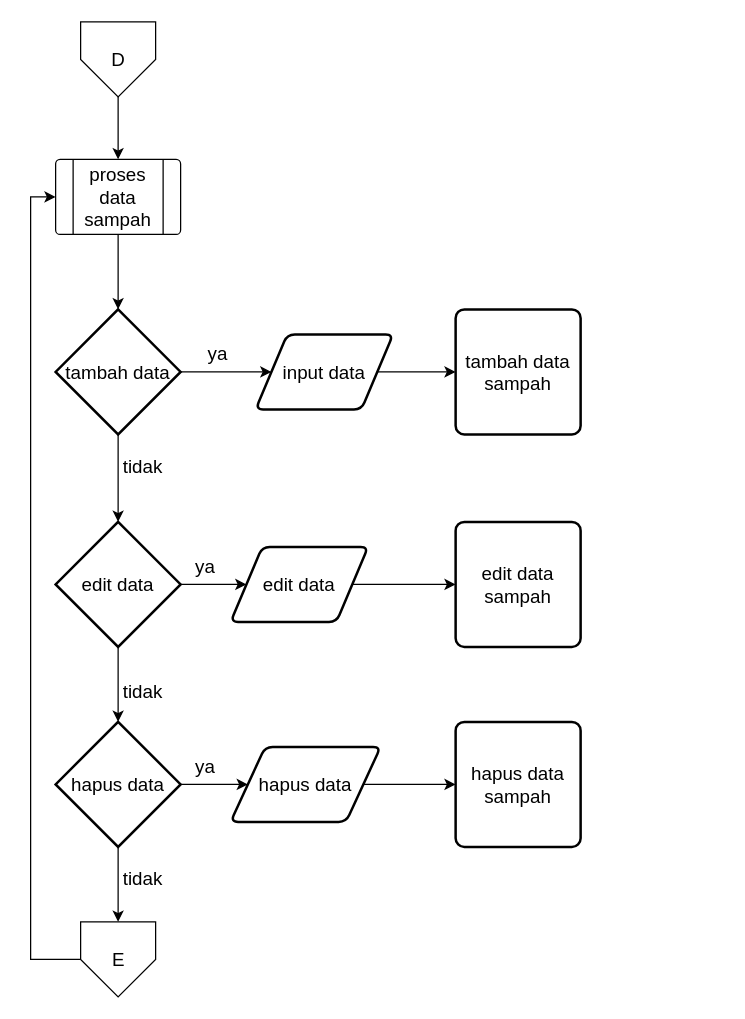
This is page "flowchart data sampah" (19 of 22) of Untitled Diagram.drawio from dreamergirl01/uml_bankSampah, a draw.io file, before an edit. Source tidied: cells renumbered, new cells numbered last; positions are measured from the earlier drawing's top-left corner, leaving out a move shared by most shapes. Both pictures are drawn from the tidied source at 125%, with x=0, y=0 at pixel (30, 21).
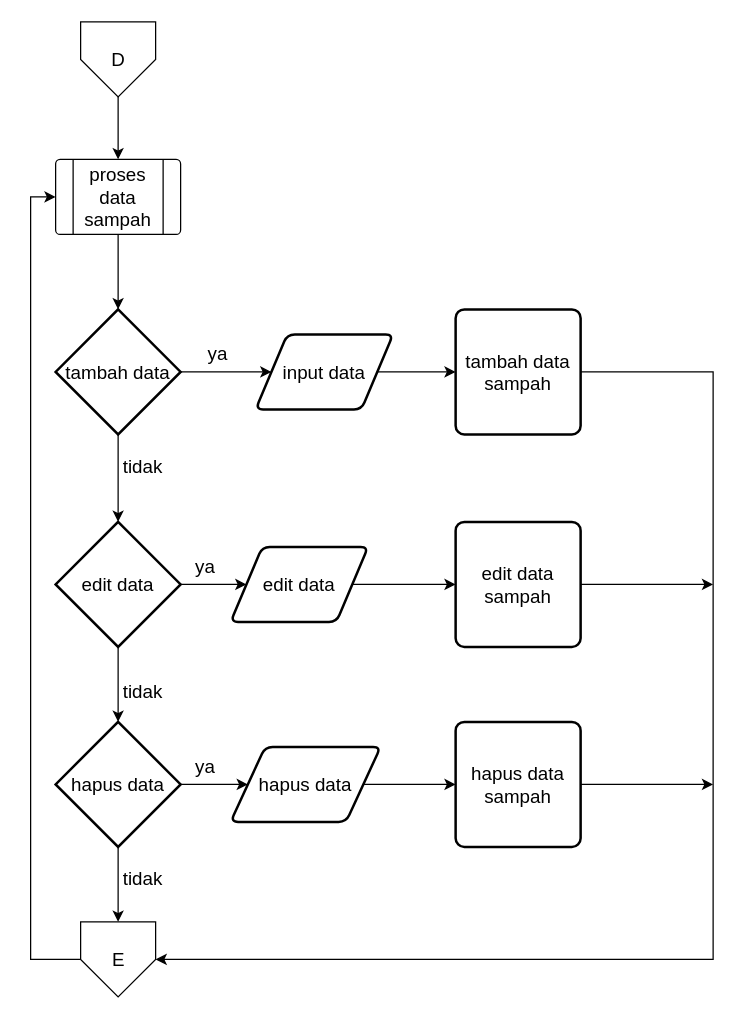
Above is the later version.

Commit message:
Update flowchart data sampah.drawio

Unchanged cells that the change refers to:
```xml
<mxCell id="11" value="tambah data sampah" style="rounded=1;whiteSpace=wrap;html=1;absoluteArcSize=1;arcSize=14;strokeWidth=2;fontSize=15;" parent="1" vertex="1">
  <mxGeometry x="340" y="230" width="100" height="100" as="geometry" />
</mxCell>
<mxCell id="17" value="edit data sampah" style="rounded=1;whiteSpace=wrap;html=1;absoluteArcSize=1;arcSize=14;strokeWidth=2;fontSize=15;" parent="1" vertex="1">
  <mxGeometry x="340" y="400" width="100" height="100" as="geometry" />
</mxCell>
<mxCell id="24" value="hapus data sampah" style="rounded=1;whiteSpace=wrap;html=1;absoluteArcSize=1;arcSize=14;strokeWidth=2;fontSize=15;" parent="1" vertex="1">
  <mxGeometry x="340" y="560" width="100" height="100" as="geometry" />
</mxCell>
<mxCell id="26" value="E" style="verticalLabelPosition=middle;verticalAlign=middle;html=1;shape=offPageConnector;rounded=0;size=0.5;fontSize=15;labelPosition=center;align=center;" parent="1" vertex="1">
  <mxGeometry x="40" y="720" width="60" height="60" as="geometry" />
</mxCell>
```

Change to the diagram source:
```diff
@@
+    <mxCell id="32" style="edgeStyle=orthogonalEdgeStyle;rounded=0;jettySize=auto;html=1;entryX=1;entryY=0.5;entryDx=0;entryDy=0;" parent="1" edge="1" source="11" target="26">
+      <mxGeometry relative="1" as="geometry">
+        <Array as="points">
+          <mxPoint x="546" y="280" />
+          <mxPoint x="546" y="750" />
+        </Array>
+      </mxGeometry>
+    </mxCell>
@@
+    <mxCell id="33" style="edgeStyle=orthogonalEdgeStyle;rounded=0;jettySize=auto;html=1;" parent="1" edge="1" source="17">
+      <mxGeometry relative="1" as="geometry">
+        <mxPoint x="546" y="450" as="targetPoint" />
+      </mxGeometry>
+    </mxCell>
@@
+    <mxCell id="34" style="edgeStyle=orthogonalEdgeStyle;rounded=0;jettySize=auto;html=1;" parent="1" edge="1" source="24">
+      <mxGeometry relative="1" as="geometry">
+        <mxPoint x="546" y="610" as="targetPoint" />
+      </mxGeometry>
+    </mxCell>
```
